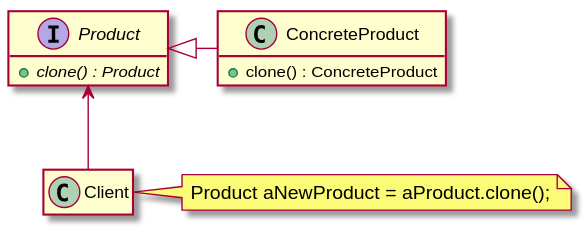
The PlantUML diagram programming/patterns/Prototype/Class.svg in pvc1989/miniWiki, before a commit. Source of this version:
```plantuml
@startuml
interface Product {
  {abstract} +clone() : Product
}
Product <-- Client
note right of Client: Product aNewProduct = aProduct.clone();

Product <|- ConcreteProduct
class ConcreteProduct {
  +clone() : ConcreteProduct
}

hide empty attributes
hide empty methods
@enduml
```
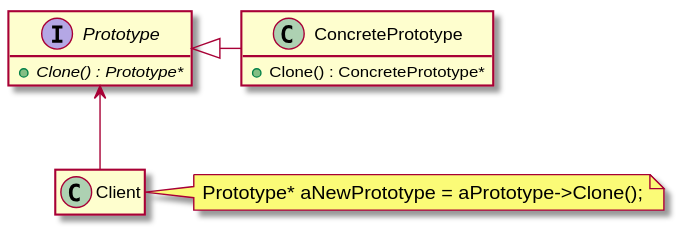
After the commit.

Commit message:
Update diagram and description for Prototype.

The edit, as a diff of the source:
```diff
@@ -1,13 +1,13 @@
 @startuml
-interface Product {
-  {abstract} +clone() : Product
+Prototype <|- ConcretePrototype
+Prototype <-- Client
+
+interface Prototype {
+  {abstract} +Clone() : Prototype*
 }
-Product <-- Client
-note right of Client: Product aNewProduct = aProduct.clone();
-
-Product <|- ConcreteProduct
-class ConcreteProduct {
-  +clone() : ConcreteProduct
+note right of Client: Prototype* aNewPrototype = aPrototype->Clone();
+class ConcretePrototype {
+  +Clone() : ConcretePrototype*
 }
 
 hide empty attributes
```
